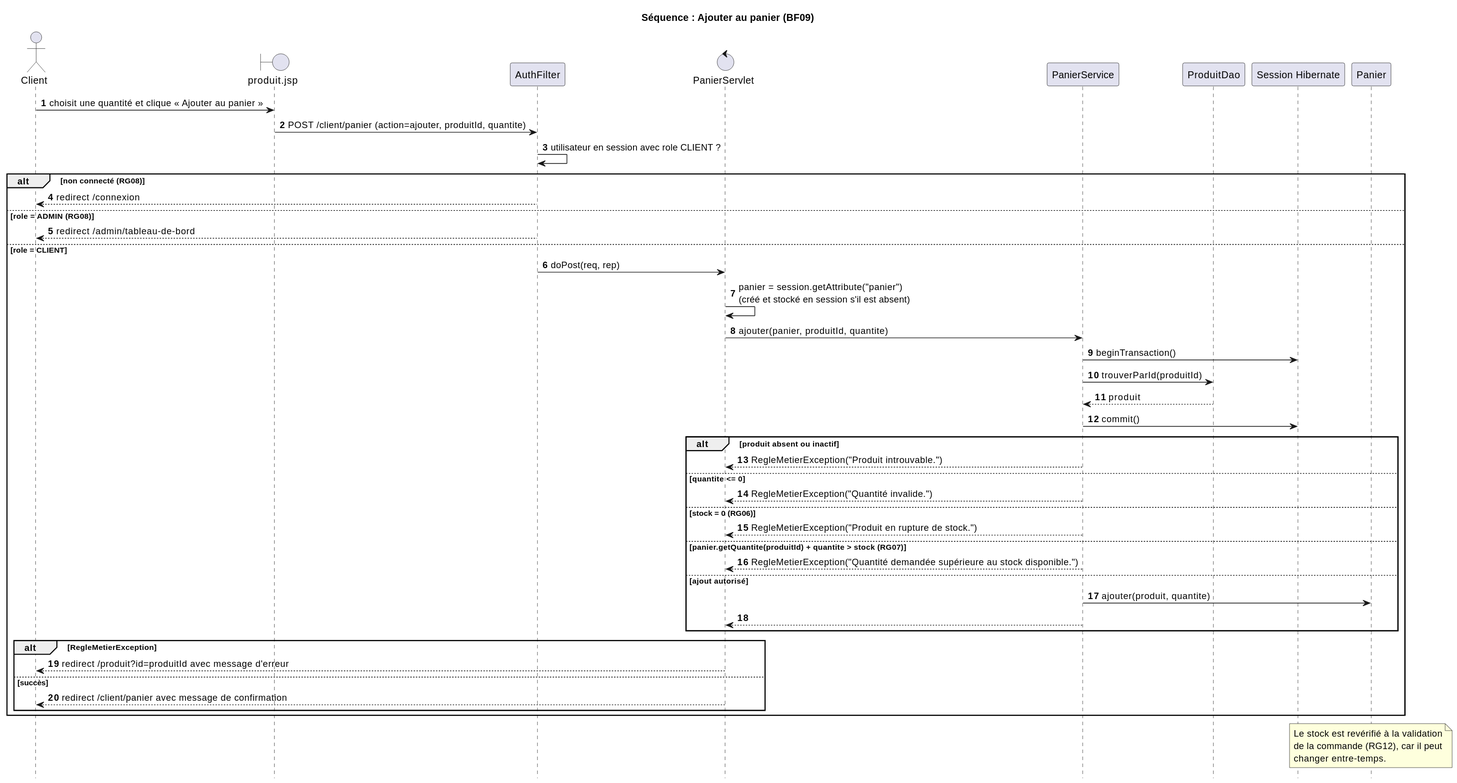
unk-user/Boutique-JEE keeps this PlantUML diagram as docs/uml/sequence-ajouter-panier.svg. Above is the earlier version. The source it was exported from:
```plantuml
@startuml
title Séquence : Ajouter au panier (BF09)
autonumber
hide footbox

actor Client
boundary "produit.jsp" as Vue
participant AuthFilter
control PanierServlet
participant PanierService
participant ProduitDao
participant "Session Hibernate" as Session
participant Panier

Client -> Vue : choisit une quantité et clique « Ajouter au panier »
Vue -> AuthFilter : POST /client/panier (action=ajouter, produitId, quantite)
AuthFilter -> AuthFilter : utilisateur en session avec role CLIENT ?
alt non connecté (RG08)
  AuthFilter --> Client : redirect /connexion
else role = ADMIN (RG08)
  AuthFilter --> Client : redirect /admin/tableau-de-bord
else role = CLIENT
  AuthFilter -> PanierServlet : doPost(req, rep)
  PanierServlet -> PanierServlet : panier = session.getAttribute("panier")\n(créé et stocké en session s'il est absent)
  PanierServlet -> PanierService : ajouter(panier, produitId, quantite)
  PanierService -> Session : beginTransaction()
  PanierService -> ProduitDao : trouverParId(produitId)
  ProduitDao --> PanierService : produit
  PanierService -> Session : commit()

  alt produit absent ou inactif
    PanierService --> PanierServlet : RegleMetierException("Produit introuvable.")
  else quantite <= 0
    PanierService --> PanierServlet : RegleMetierException("Quantité invalide.")
  else stock = 0 (RG06)
    PanierService --> PanierServlet : RegleMetierException("Produit en rupture de stock.")
  else panier.getQuantite(produitId) + quantite > stock (RG07)
    PanierService --> PanierServlet : RegleMetierException("Quantité demandée supérieure au stock disponible.")
  else ajout autorisé
    PanierService -> Panier : ajouter(produit, quantite)
    PanierService --> PanierServlet
  end

  alt RegleMetierException
    PanierServlet --> Client : redirect /produit?id=produitId avec message d'erreur
  else succès
    PanierServlet --> Client : redirect /client/panier avec message de confirmation
  end
end

note over Panier
  Le stock est revérifié à la validation
  de la commande (RG12), car il peut
  changer entre-temps.
end note
@enduml
```
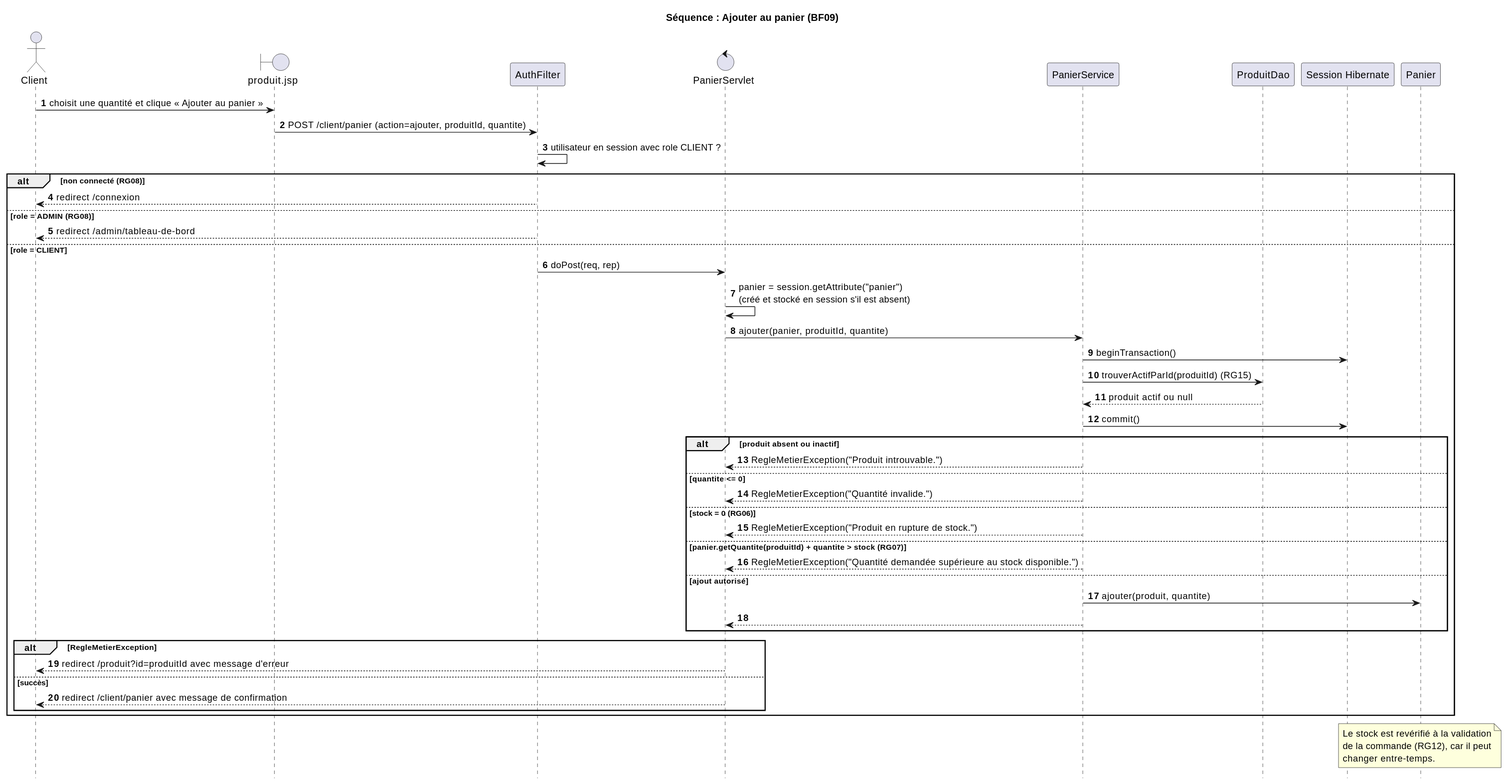
The same file after the commit.

Commit message:
docs: séquence Ajouter au panier, appel de trouverActifParId (RG15)

Change to the diagram source:
```diff
@@ -24,8 +24,8 @@
   PanierServlet -> PanierServlet : panier = session.getAttribute("panier")\n(créé et stocké en session s'il est absent)
   PanierServlet -> PanierService : ajouter(panier, produitId, quantite)
   PanierService -> Session : beginTransaction()
-  PanierService -> ProduitDao : trouverParId(produitId)
-  ProduitDao --> PanierService : produit
+  PanierService -> ProduitDao : trouverActifParId(produitId) (RG15)
+  ProduitDao --> PanierService : produit actif ou null
   PanierService -> Session : commit()
 
   alt produit absent ou inactif
```
